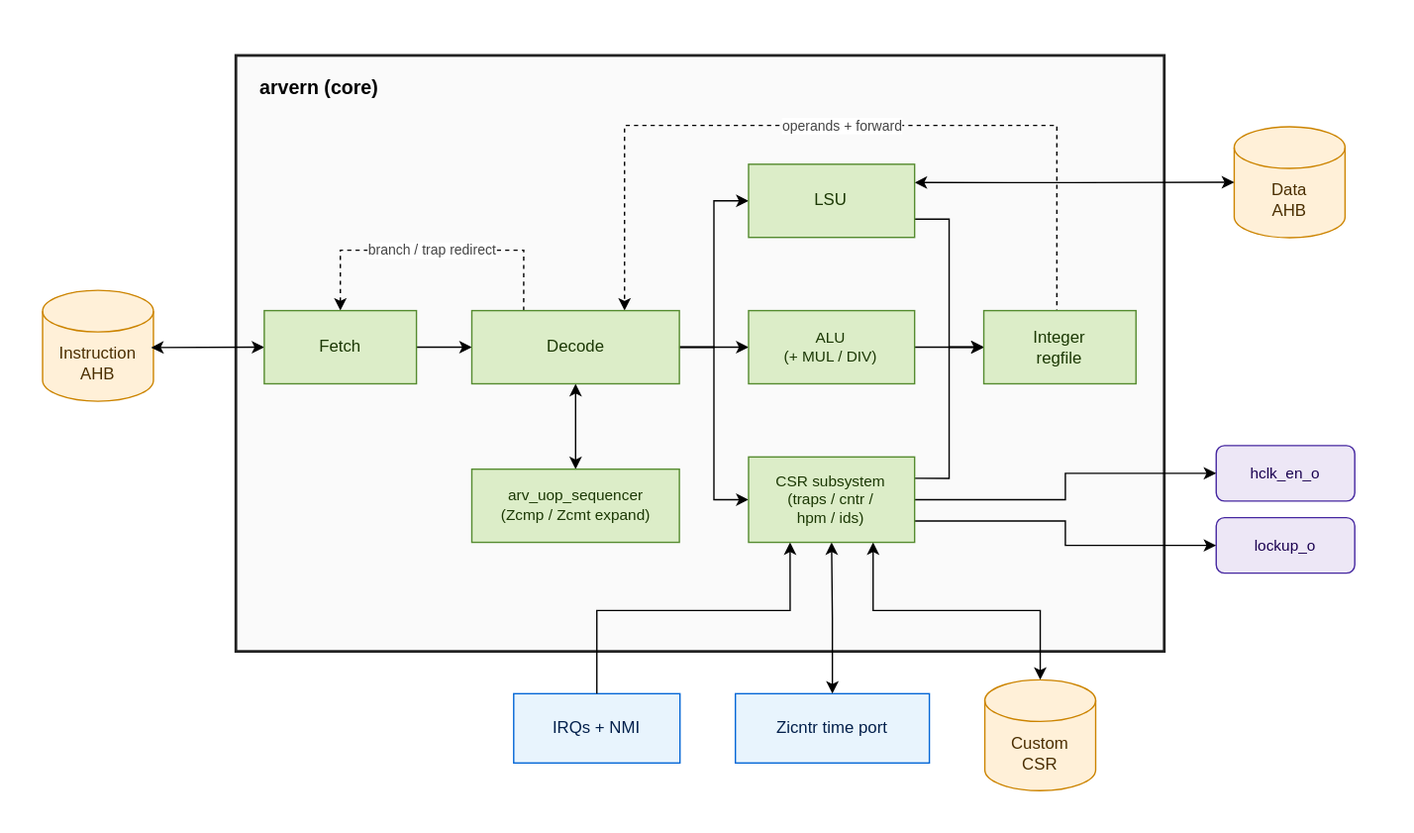
Arvern-Silicon/arvern keeps this draw.io diagram as doc/img/microarchitecture.svg. Above is the earlier version. Source tidied: cells renumbered, new cells last; positions are measured from the earlier drawing's top-left corner, leaving out a move shared by most shapes.
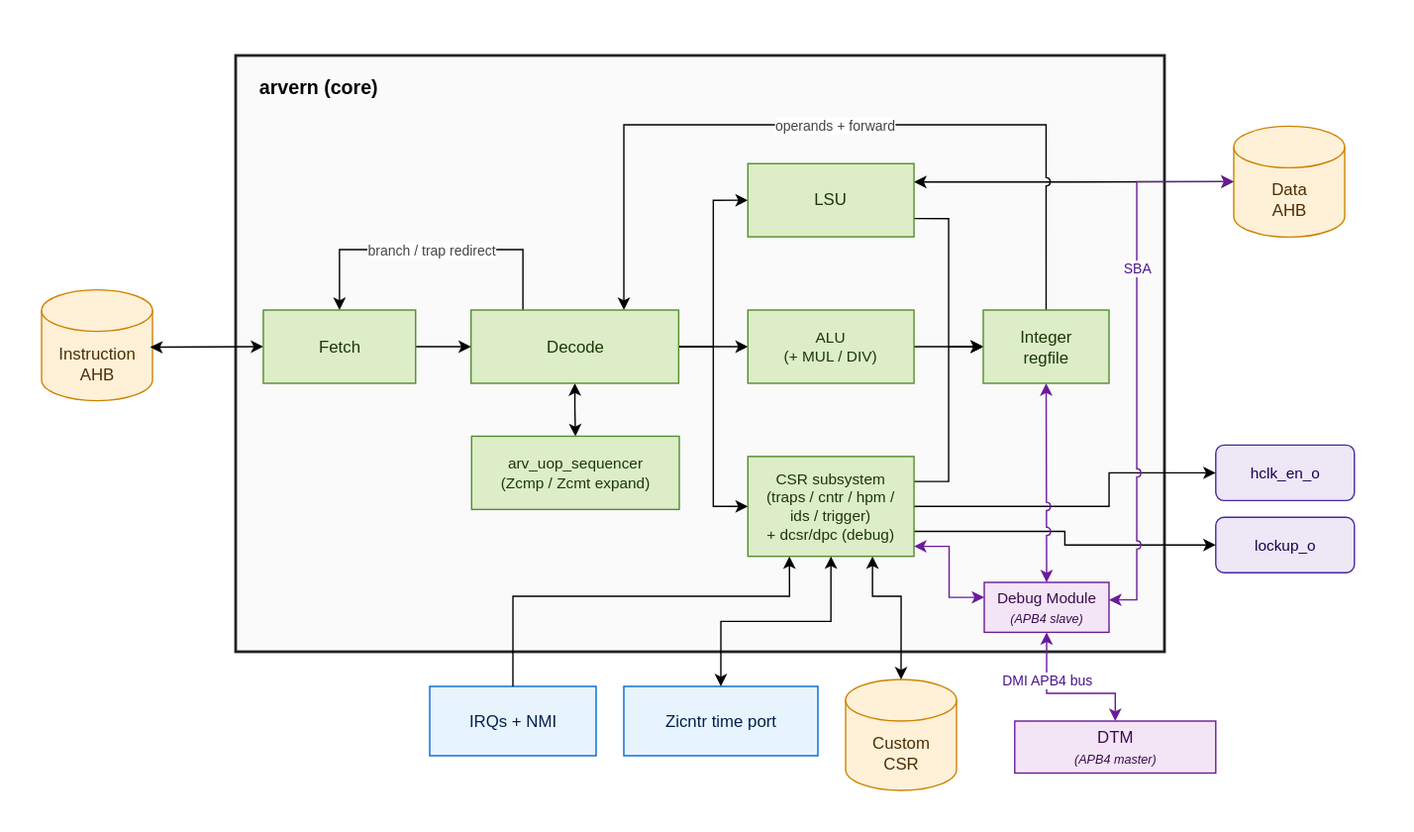
The same diagram one commit later.

The edit, as a diff of the source:
```diff
@@ -21,13 +21,13 @@
       <mxGeometry x="877" y="373" width="100" height="40" as="geometry" />
     </mxCell>
     <mxCell id="8" value="IRQs + NMI" style="rounded=0;whiteSpace=wrap;html=1;fillColor=#e8f4fd;strokeColor=#0366d6;fontColor=#03204c;fontSize=12;" parent="1" vertex="1">
-      <mxGeometry x="370" y="500" width="120" height="50" as="geometry" />
+      <mxGeometry x="310" y="495" width="120" height="50" as="geometry" />
     </mxCell>
     <mxCell id="9" value="Zicntr time port" style="rounded=0;whiteSpace=wrap;html=1;fillColor=#e8f4fd;strokeColor=#0366d6;fontColor=#03204c;fontSize=12;" parent="1" vertex="1">
-      <mxGeometry x="530" y="500" width="140" height="50" as="geometry" />
+      <mxGeometry x="450" y="495" width="140" height="50" as="geometry" />
     </mxCell>
     <mxCell id="10" value="Custom&#10;CSR" style="shape=cylinder3;whiteSpace=wrap;html=1;boundedLbl=1;backgroundOutline=1;size=15;fillColor=#fff0d8;strokeColor=#cc8400;fontColor=#4a2e00;fontSize=12;" parent="1" vertex="1">
-      <mxGeometry x="710" y="490" width="80" height="80" as="geometry" />
+      <mxGeometry x="610" y="490" width="80" height="80" as="geometry" />
     </mxCell>
     <mxCell id="11" style="edgeStyle=orthogonalEdgeStyle;rounded=0;html=1;startArrow=classic;startFill=1;endArrow=classic;endFill=1;exitX=0.979;exitY=0.516;exitDx=0;exitDy=0;entryX=0;entryY=0.5;entryDx=0;entryDy=0;exitPerimeter=0;" parent="1" edge="1" source="3" target="28">
       <mxGeometry relative="1" as="geometry">
@@ -63,16 +63,15 @@
     <mxCell id="20" style="edgeStyle=orthogonalEdgeStyle;rounded=0;html=1;exitX=1;exitY=0.25;exitDx=0;exitDy=0;entryX=0;entryY=0.5;entryDx=0;entryDy=0;" parent="1" edge="1" source="33" target="34">
       <mxGeometry relative="1" as="geometry" />
     </mxCell>
-    <mxCell id="21" value="operands + forward" style="edgeStyle=orthogonalEdgeStyle;rounded=0;html=1;dashed=1;fontColor=#444444;fontSize=10;exitX=0.5;exitY=0;exitDx=0;exitDy=0;" parent="1" edge="1" source="34" target="29">
+    <mxCell id="21" value="operands + forward" style="edgeStyle=orthogonalEdgeStyle;rounded=0;html=1;fontColor=#444444;fontSize=10;exitX=0.5;exitY=0;exitDx=0;exitDy=0;jumpStyle=arc;" parent="1" edge="1" source="34" target="29">
       <mxGeometry relative="1" as="geometry">
         <Array as="points">
-          <mxPoint x="762" y="224" />
-          <mxPoint x="762" y="90" />
+          <mxPoint x="755" y="90" />
           <mxPoint x="450" y="90" />
         </Array>
       </mxGeometry>
     </mxCell>
-    <mxCell id="22" value="branch / trap redirect" style="edgeStyle=orthogonalEdgeStyle;rounded=0;html=1;dashed=1;fontColor=#444444;fontSize=10;exitX=0.25;exitY=0;exitDx=0;exitDy=0;entryX=0.5;entryY=0;entryDx=0;entryDy=0;" parent="1" edge="1" source="29" target="28">
+    <mxCell id="22" value="branch / trap redirect" style="edgeStyle=orthogonalEdgeStyle;rounded=0;html=1;fontColor=#444444;fontSize=10;exitX=0.25;exitY=0;exitDx=0;exitDy=0;entryX=0.5;entryY=0;entryDx=0;entryDy=0;" parent="1" edge="1" source="29" target="28">
       <mxGeometry relative="1" as="geometry">
         <Array as="points">
           <mxPoint x="377" y="180" />
@@ -83,8 +82,8 @@
     <mxCell id="23" style="edgeStyle=orthogonalEdgeStyle;rounded=0;html=1;exitX=0.5;exitY=0;exitDx=0;exitDy=0;entryX=0.25;entryY=1;entryDx=0;entryDy=0;" parent="1" edge="1" source="8" target="33">
       <mxGeometry relative="1" as="geometry">
         <Array as="points">
-          <mxPoint x="430" y="440" />
-          <mxPoint x="570" y="440" />
+          <mxPoint x="370" y="430" />
+          <mxPoint x="570" y="430" />
         </Array>
       </mxGeometry>
     </mxCell>
@@ -94,13 +93,18 @@
     <mxCell id="25" style="edgeStyle=orthogonalEdgeStyle;rounded=0;html=1;startArrow=classic;startFill=1;endArrow=classic;endFill=1;exitX=0.5;exitY=0;exitDx=0;exitDy=0;entryX=0.75;entryY=1;entryDx=0;entryDy=0;" parent="1" edge="1" source="10" target="33">
       <mxGeometry relative="1" as="geometry">
         <Array as="points">
-          <mxPoint x="750" y="440" />
-          <mxPoint x="630" y="440" />
+          <mxPoint x="650" y="430" />
+          <mxPoint x="629" y="430" />
         </Array>
       </mxGeometry>
     </mxCell>
     <mxCell id="26" style="edgeStyle=orthogonalEdgeStyle;rounded=0;html=1;exitX=1;exitY=0.5;exitDx=0;exitDy=0;entryX=0;entryY=0.5;entryDx=0;entryDy=0;" parent="1" edge="1" source="33" target="6">
-      <mxGeometry relative="1" as="geometry" />
+      <mxGeometry relative="1" as="geometry">
+        <Array as="points">
+          <mxPoint x="800" y="365" />
+          <mxPoint x="800" y="341" />
+        </Array>
+      </mxGeometry>
     </mxCell>
     <mxCell id="27" style="edgeStyle=orthogonalEdgeStyle;rounded=0;html=1;exitX=1;exitY=0.75;exitDx=0;exitDy=0;entryX=0;entryY=0.5;entryDx=0;entryDy=0;" parent="1" edge="1" source="33" target="7">
       <mxGeometry relative="1" as="geometry" />
@@ -112,7 +116,7 @@
       <mxGeometry x="339.8" y="223.6" width="149.8" height="52.8" as="geometry" />
     </mxCell>
     <mxCell id="30" value="arv_uop_sequencer&#10;(Zcmp / Zcmt expand)" style="rounded=0;whiteSpace=wrap;html=1;fillColor=#dcedc8;strokeColor=#558b2f;fontColor=#1b3804;fontSize=11;" parent="1" vertex="1">
-      <mxGeometry x="339.8" y="338" width="149.8" height="52.8" as="geometry" />
+      <mxGeometry x="340.2" y="314.6" width="149.8" height="52.8" as="geometry" />
     </mxCell>
     <mxCell id="31" value="LSU" style="rounded=0;whiteSpace=wrap;html=1;fillColor=#dcedc8;strokeColor=#558b2f;fontColor=#1b3804;fontSize=12;" parent="1" vertex="1">
       <mxGeometry x="539.5" y="118" width="119.8" height="52.8" as="geometry" />
@@ -120,11 +124,41 @@
     <mxCell id="32" value="ALU&#10;(+ MUL / DIV)" style="rounded=0;whiteSpace=wrap;html=1;fillColor=#dcedc8;strokeColor=#558b2f;fontColor=#1b3804;fontSize=11;" parent="1" vertex="1">
       <mxGeometry x="539.5" y="223.6" width="119.8" height="52.8" as="geometry" />
     </mxCell>
-    <mxCell id="33" value="CSR subsystem&#10;(traps / cntr /&#10;hpm / ids)" style="rounded=0;whiteSpace=wrap;html=1;fillColor=#dcedc8;strokeColor=#558b2f;fontColor=#1b3804;fontSize=11;" parent="1" vertex="1">
-      <mxGeometry x="539.5" y="329.2" width="119.8" height="61.6" as="geometry" />
+    <mxCell id="33" value="CSR subsystem&#10;(traps / cntr / hpm /&#10;ids / trigger)&#10;+ dcsr/dpc (debug)" style="rounded=0;whiteSpace=wrap;html=1;fillColor=#dcedc8;strokeColor=#558b2f;fontColor=#1b3804;fontSize=11;" parent="1" vertex="1">
+      <mxGeometry x="539.5" y="329.2" width="119.8" height="72" as="geometry" />
     </mxCell>
     <mxCell id="34" value="Integer&#10;regfile" style="rounded=0;whiteSpace=wrap;html=1;fillColor=#dcedc8;strokeColor=#558b2f;fontColor=#1b3804;fontSize=12;" parent="1" vertex="1">
-      <mxGeometry x="709.3" y="223.6" width="109.9" height="52.8" as="geometry" />
+      <mxGeometry x="709.3" y="223.6" width="90.7" height="52.8" as="geometry" />
     </mxCell>
+    <mxCell id="35" value="Debug Module&lt;div&gt;&lt;i&gt;&lt;font style=&quot;font-size: 9px;&quot;&gt;(APB4 slave)&lt;/font&gt;&lt;/i&gt;&lt;/div&gt;" style="rounded=0;whiteSpace=wrap;html=1;fillColor=#f3e5f5;strokeColor=#6a1b9a;fontColor=#3a0a52;fontSize=11;" parent="1" vertex="1">
+      <mxGeometry x="710" y="420" width="90" height="36" as="geometry" />
+    </mxCell>
+    <mxCell id="36" value="DTM&lt;br&gt;&lt;font style=&quot;font-size: 9px;&quot;&gt;&lt;i&gt;(APB4 master)&lt;/i&gt;&lt;/font&gt;" style="rounded=0;whiteSpace=wrap;html=1;fillColor=#f3e5f5;strokeColor=#6a1b9a;fontColor=#3a0a52;fontSize=12;" parent="1" vertex="1">
+      <mxGeometry x="732" y="520" width="145" height="37.5" as="geometry" />
+    </mxCell>
+    <mxCell id="37" value="DMI APB4 bus" style="edgeStyle=orthogonalEdgeStyle;rounded=0;html=1;startArrow=classic;startFill=1;endArrow=classic;endFill=1;strokeColor=#6a1b9a;fontColor=#4a148c;fontSize=10;exitX=0.5;exitY=0;exitDx=0;exitDy=0;entryX=0.5;entryY=1;entryDx=0;entryDy=0;" parent="1" edge="1">
+      <mxGeometry x="0.4" relative="1" as="geometry">
+        <mxPoint x="804.5" y="520" as="sourcePoint" />
+        <mxPoint x="755" y="456" as="targetPoint" />
+        <Array as="points">
+          <mxPoint x="804" y="500" />
+          <mxPoint x="755" y="500" />
+        </Array>
+      </mxGeometry>
+    </mxCell>
+    <mxCell id="38" value="SBA" style="edgeStyle=orthogonalEdgeStyle;rounded=0;html=1;startArrow=classic;startFill=1;endArrow=classic;endFill=1;strokeColor=#6a1b9a;fontColor=#4a148c;fontSize=10;exitX=1;exitY=0.35;exitDx=0;exitDy=0;entryX=0;entryY=0.5;entryDx=0;entryDy=0;jumpStyle=arc;" parent="1" edge="1" source="35" target="5">
+      <mxGeometry x="0.32" relative="1" as="geometry">
+        <Array as="points">
+          <mxPoint x="820" y="433" />
+          <mxPoint x="820" y="131" />
+        </Array>
+      </mxGeometry>
+    </mxCell>
+    <mxCell id="39" style="edgeStyle=orthogonalEdgeStyle;rounded=0;html=1;startArrow=classic;startFill=1;endArrow=classic;endFill=1;strokeColor=#6a1b9a;fontColor=#4a148c;fontSize=10;exitX=0.5;exitY=0;exitDx=0;exitDy=0;entryX=0.5;entryY=1;entryDx=0;entryDy=0;jumpStyle=arc;" parent="1" edge="1" source="35" target="34">
+      <mxGeometry x="0.55" y="9" relative="1" as="geometry" />
+    </mxCell>
+    <mxCell id="40" style="edgeStyle=orthogonalEdgeStyle;rounded=0;html=1;startArrow=classic;startFill=1;endArrow=classic;endFill=1;strokeColor=#6a1b9a;fontColor=#4a148c;fontSize=10;exitX=0;exitY=0.3;exitDx=0;exitDy=0;entryX=1;entryY=0.9;entryDx=0;entryDy=0;" parent="1" edge="1" source="35" target="33">
+      <mxGeometry x="0.32" y="-30" relative="1" as="geometry" />
+    </mxCell>
   </root>
 </mxGraphModel>
```
